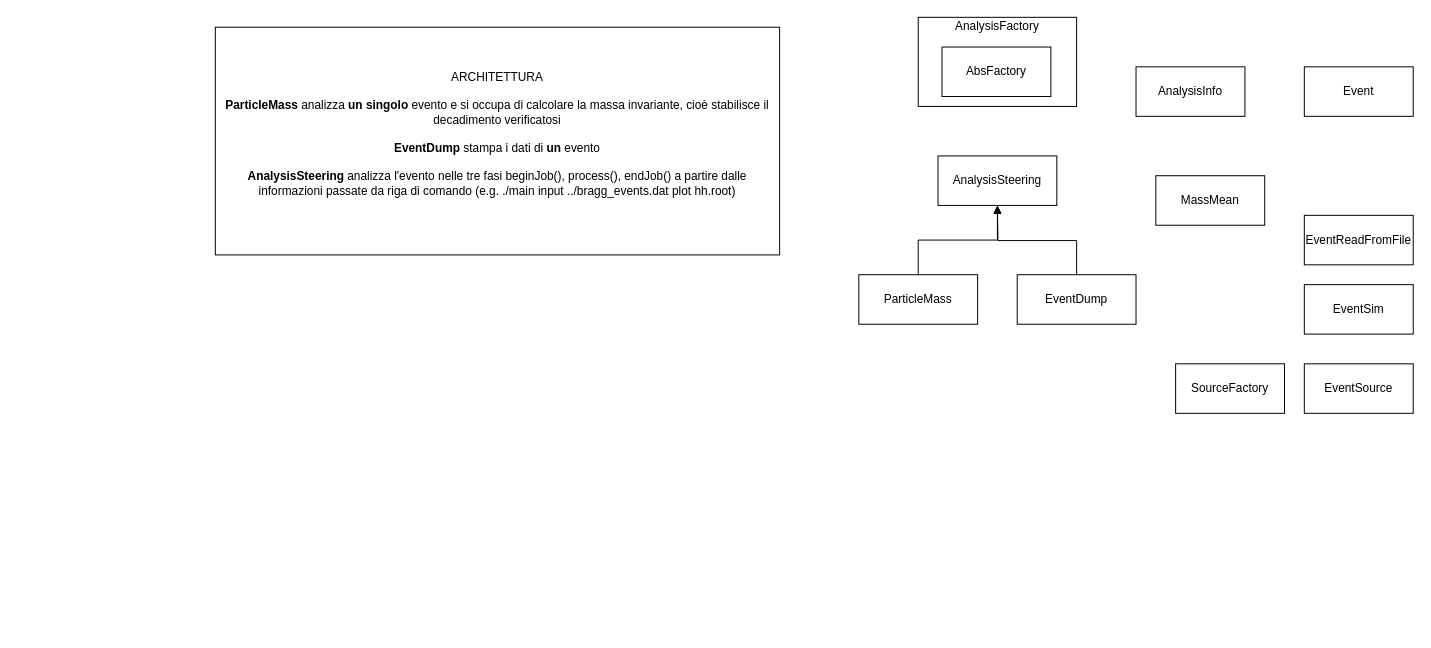
Rickard75/Rickard75 keeps this draw.io diagram as particleHist_v3.drawio. Above is the earlier version. Source tidied: cells renumbered, new cells numbered last; positions are measured from the earlier drawing's top-left corner, leaving out a move shared by most shapes. Both pictures are drawn from the tidied source at 99%, with x=0, y=0 at pixel (215, 17).
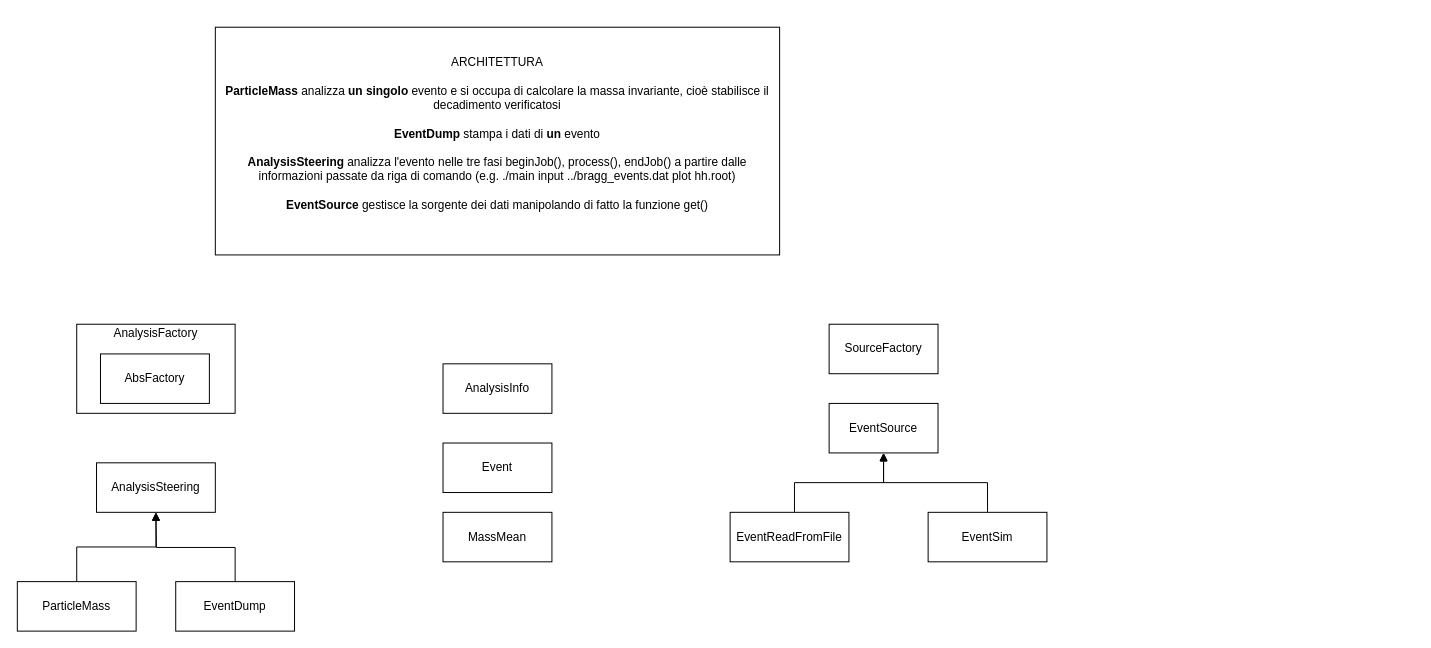
After the change.

What changed in the source:
```diff
@@
     <mxCell id="2" value="SourceFactory" style="html=1;whiteSpace=wrap;" parent="1" vertex="1">
-      <mxGeometry x="970" y="350" width="110" height="50" as="geometry" />
+      <mxGeometry x="620" y="310" width="110" height="50" as="geometry" />
     </mxCell>
     <mxCell id="3" value="ParticleMass" style="html=1;whiteSpace=wrap;" parent="1" vertex="1">
-      <mxGeometry x="650" y="260" width="120" height="50" as="geometry" />
+      <mxGeometry x="-200" y="570" width="120" height="50" as="geometry" />
     </mxCell>
     <mxCell id="4" value="MassMean" style="html=1;whiteSpace=wrap;" parent="1" vertex="1">
-      <mxGeometry x="950" y="160" width="110" height="50" as="geometry" />
+      <mxGeometry x="230" y="500" width="110" height="50" as="geometry" />
     </mxCell>
     <mxCell id="5" value="EventSource" style="html=1;whiteSpace=wrap;" parent="1" vertex="1">
-      <mxGeometry x="1100" y="350" width="110" height="50" as="geometry" />
+      <mxGeometry x="620" y="390" width="110" height="50" as="geometry" />
     </mxCell>
     <mxCell id="6" value="EventSim" style="html=1;whiteSpace=wrap;" parent="1" vertex="1">
-      <mxGeometry x="1100" y="270" width="110" height="50" as="geometry" />
+      <mxGeometry x="720" y="500" width="120" height="50" as="geometry" />
     </mxCell>
     <mxCell id="7" value="EventReadFromFile" style="html=1;whiteSpace=wrap;" parent="1" vertex="1">
-      <mxGeometry x="1100" y="200" width="110" height="50" as="geometry" />
+      <mxGeometry x="520" y="500" width="120" height="50" as="geometry" />
     </mxCell>
     <mxCell id="8" value="EventDump" style="html=1;whiteSpace=wrap;" parent="1" vertex="1">
-      <mxGeometry x="810" y="260" width="120" height="50" as="geometry" />
+      <mxGeometry x="-40" y="570" width="120" height="50" as="geometry" />
     </mxCell>
     <mxCell id="9" value="Event" style="html=1;whiteSpace=wrap;" parent="1" vertex="1">
-      <mxGeometry x="1100" y="50" width="110" height="50" as="geometry" />
+      <mxGeometry x="230" y="430" width="110" height="50" as="geometry" />
     </mxCell>
     <mxCell id="10" value="AnalysisInfo" style="html=1;whiteSpace=wrap;" parent="1" vertex="1">
-      <mxGeometry x="930" y="50" width="110" height="50" as="geometry" />
+      <mxGeometry x="230" y="350" width="110" height="50" as="geometry" />
     </mxCell>
     <mxCell id="11" value="AnalysisSteering" style="html=1;whiteSpace=wrap;" parent="1" vertex="1">
-      <mxGeometry x="730" y="140" width="120" height="50" as="geometry" />
+      <mxGeometry x="-120" y="450" width="120" height="50" as="geometry" />
     </mxCell>
     <mxCell id="12" value="AnalysisFactory&lt;div&gt;&lt;br&gt;&lt;/div&gt;&lt;div&gt;&lt;br&gt;&lt;/div&gt;&lt;div&gt;&lt;br&gt;&lt;/div&gt;&lt;div&gt;&lt;br&gt;&lt;/div&gt;&lt;div&gt;&lt;br&gt;&lt;/div&gt;" style="html=1;whiteSpace=wrap;" parent="1" vertex="1">
-      <mxGeometry x="710" width="160" height="90" as="geometry" />
+      <mxGeometry x="-140" y="310" width="160" height="90" as="geometry" />
     </mxCell>
@@
     <mxCell id="14" style="endArrow=block;endFill=1;html=1;edgeStyle=orthogonalEdgeStyle;align=left;verticalAlign=top;rounded=0;exitX=0.5;exitY=0;exitDx=0;exitDy=0;" parent="1" edge="1" source="8">
       <mxGeometry x="-1" relative="1" as="geometry">
-        <mxPoint x="790" y="190" as="targetPoint" />
+        <mxPoint x="-60" y="500" as="targetPoint" />
       </mxGeometry>
     </mxCell>
     <mxCell id="15" value="AbsFactory" style="html=1;whiteSpace=wrap;" parent="1" vertex="1">
-      <mxGeometry x="734" y="30" width="110" height="50" as="geometry" />
+      <mxGeometry x="-116" y="340" width="110" height="50" as="geometry" />
     </mxCell>
-    <mxCell id="16" value="ARCHITETTURA&lt;div&gt;&lt;br&gt;&lt;/div&gt;&lt;div&gt;&lt;b&gt;ParticleMass&lt;/b&gt; analizza &lt;b&gt;un singolo&lt;/b&gt; evento e si occupa di calcolare la massa invariante, cioè stabilisce il decadimento verificatosi&lt;/div&gt;&lt;div&gt;&lt;br&gt;&lt;/div&gt;&lt;div&gt;&lt;b&gt;EventDump&lt;/b&gt; stampa i dati di &lt;b&gt;un&lt;/b&gt; evento&lt;/div&gt;&lt;div&gt;&lt;br&gt;&lt;/div&gt;&lt;div&gt;&lt;b&gt;AnalysisSteering&lt;/b&gt; analizza l'evento nelle tre fasi beginJob(), process(), endJob() a partire dalle informazioni passate da riga di comando (e.g.&amp;nbsp;./main input ../bragg_events.dat plot hh.root)&lt;br&gt;&lt;div&gt;&lt;br&gt;&lt;/div&gt;&lt;/div&gt;" style="html=1;whiteSpace=wrap;" parent="1" vertex="1">
+    <mxCell id="16" value="ARCHITETTURA&lt;div&gt;&lt;br&gt;&lt;/div&gt;&lt;div&gt;&lt;b&gt;ParticleMass&lt;/b&gt; analizza &lt;b&gt;un singolo&lt;/b&gt; evento e si occupa di calcolare la massa invariante, cioè stabilisce il decadimento verificatosi&lt;/div&gt;&lt;div&gt;&lt;br&gt;&lt;/div&gt;&lt;div&gt;&lt;b&gt;EventDump&lt;/b&gt; stampa i dati di &lt;b&gt;un&lt;/b&gt; evento&lt;/div&gt;&lt;div&gt;&lt;br&gt;&lt;/div&gt;&lt;div&gt;&lt;b&gt;AnalysisSteering&lt;/b&gt; analizza l'evento nelle tre fasi beginJob(), process(), endJob() a partire dalle informazioni passate da riga di comando (e.g.&amp;nbsp;./main input ../bragg_events.dat plot hh.root)&lt;/div&gt;&lt;div&gt;&lt;br&gt;&lt;/div&gt;&lt;div&gt;&lt;b&gt;EventSource&lt;/b&gt;&amp;nbsp;gestisce la sorgente dei dati manipolando di fatto la funzione get()&lt;br&gt;&lt;div&gt;&lt;br&gt;&lt;/div&gt;&lt;/div&gt;" style="html=1;whiteSpace=wrap;" parent="1" vertex="1">
       <mxGeometry y="10" width="570" height="230" as="geometry" />
     </mxCell>
+    <mxCell id="17" style="endArrow=block;endFill=1;html=1;edgeStyle=orthogonalEdgeStyle;align=left;verticalAlign=top;rounded=0;exitX=0.5;exitY=0;exitDx=0;exitDy=0;entryX=0.5;entryY=1;entryDx=0;entryDy=0;" parent="1" edge="1" source="6" target="5">
+      <mxGeometry x="-1" relative="1" as="geometry">
+        <Array as="points">
+          <mxPoint x="780" y="470" />
+          <mxPoint x="675" y="470" />
+        </Array>
+      </mxGeometry>
+    </mxCell>
+    <mxCell id="18" style="endArrow=block;endFill=1;html=1;edgeStyle=orthogonalEdgeStyle;align=left;verticalAlign=top;rounded=0;exitX=0.5;exitY=0;exitDx=0;exitDy=0;entryX=0.5;entryY=1;entryDx=0;entryDy=0;" parent="1" edge="1" target="5">
+      <mxGeometry x="-1" relative="1" as="geometry">
+        <mxPoint x="585" y="500" as="sourcePoint" />
+        <Array as="points">
+          <mxPoint x="585" y="470" />
+          <mxPoint x="675" y="470" />
+        </Array>
+      </mxGeometry>
+    </mxCell>
```
